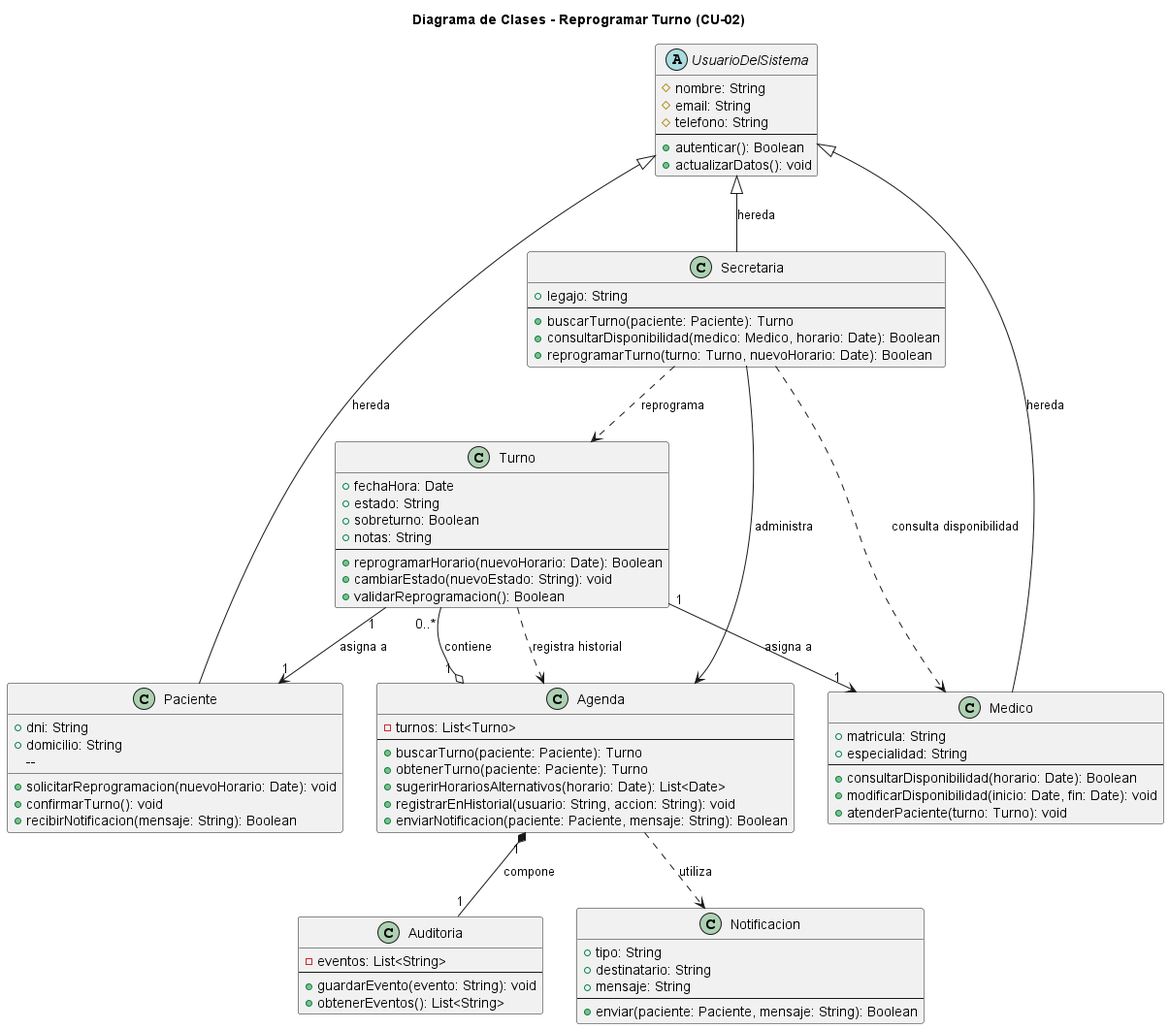
eternalnight04/SistemaTurnosMedicos keeps this PlantUML diagram as diagramas/01-diagrama-clases/02-clases-reprogramar-turno-02.png. Above is the earlier version.
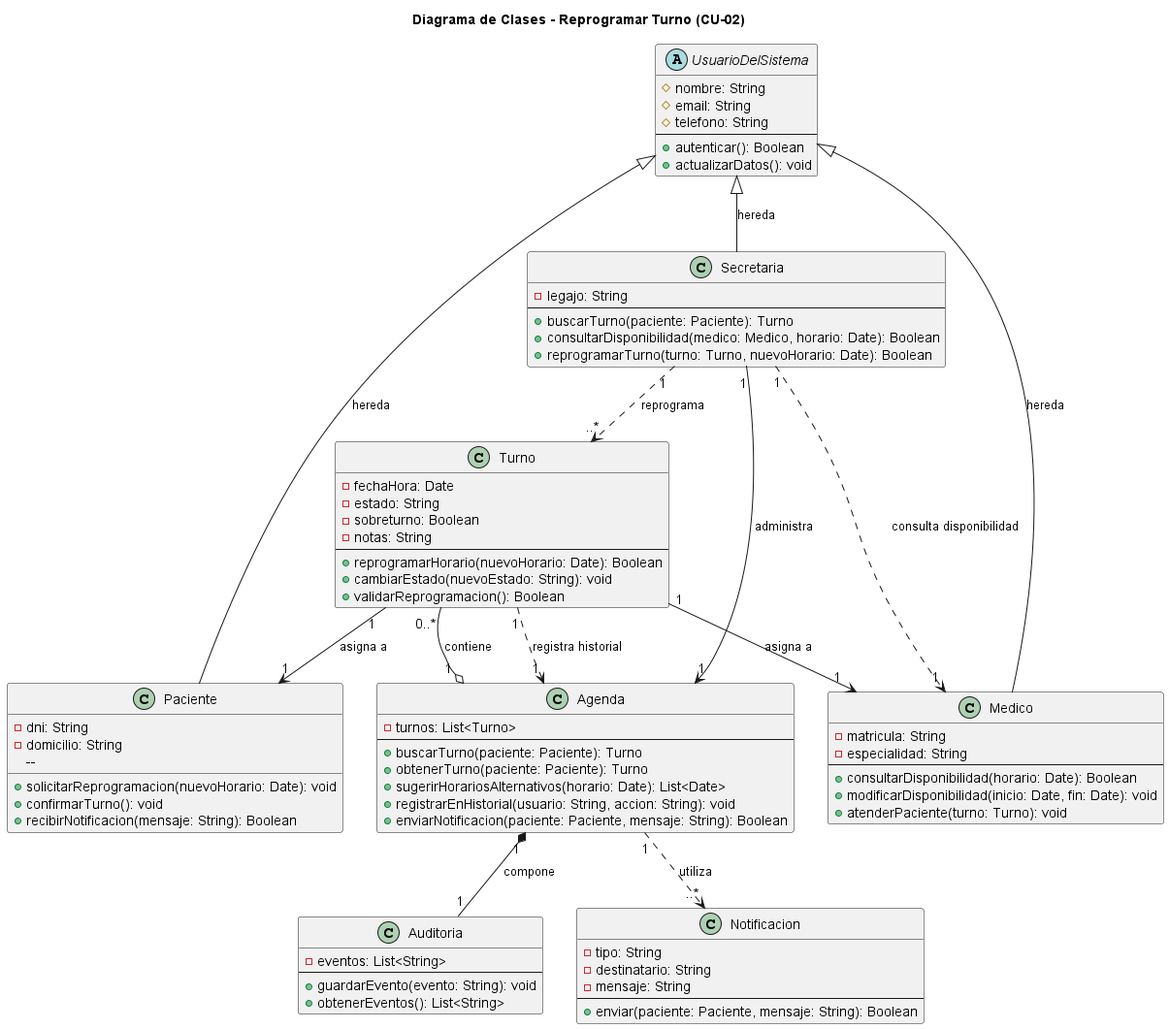
After the commit.

What changed in the source:
```diff
@@ -13,8 +13,8 @@
 
 
 class Paciente {
-  + dni: String
-  + domicilio: String
+  - dni: String
+  - domicilio: String
   --
   + solicitarReprogramacion(nuevoHorario: Date): void
   + confirmarTurno(): void
@@ -22,7 +22,7 @@
 }
 
 class Secretaria {
-  + legajo: String
+  - legajo: String
   --
   + buscarTurno(paciente: Paciente): Turno
   + consultarDisponibilidad(medico: Medico, horario: Date): Boolean
@@ -30,18 +30,18 @@
 }
 
 class Medico {
-  + matricula: String
-  + especialidad: String
+  - matricula: String
+  - especialidad: String
   --
   + consultarDisponibilidad(horario: Date): Boolean
   + modificarDisponibilidad(inicio: Date, fin: Date): void
   + atenderPaciente(turno: Turno): void
 }
 class Turno {
-  + fechaHora: Date
-  + estado: String
-  + sobreturno: Boolean
-  + notas: String
+  - fechaHora: Date
+  - estado: String
+  - sobreturno: Boolean
+  - notas: String
   --
   + reprogramarHorario(nuevoHorario: Date): Boolean
   + cambiarEstado(nuevoEstado: String): void
@@ -68,9 +68,9 @@
 }
 
 class Notificacion {
-  + tipo: String
-  + destinatario: String
-  + mensaje: String
+  - tipo: String
+  - destinatario: String
+  - mensaje: String
   --
   + enviar(paciente: Paciente, mensaje: String): Boolean
 }
@@ -80,16 +80,16 @@
 UsuarioDelSistema <|-- Secretaria : hereda
 UsuarioDelSistema <|-- Medico : hereda
 
-Secretaria --> Agenda : administra
-Secretaria ..> Medico : consulta disponibilidad
-Secretaria ..> Turno : reprograma
+Secretaria "1" --> "1" Agenda : administra
+Secretaria "1" ..> "1" Medico : consulta disponibilidad
+Secretaria "1" ..> "..*" Turno : reprograma
 
 Agenda "1" o-- "0..*" Turno : contiene
 Agenda "1" *-- "1" Auditoria : compone
-Agenda ..> Notificacion : utiliza
+Agenda "1" ..> "..*" Notificacion : utiliza
 
 Turno "1" --> "1" Paciente : asigna a
 Turno "1" --> "1" Medico : asigna a
-Turno ..> Agenda : registra historial
+Turno "1" ..> "1" Agenda : registra historial
 
 @enduml
```
